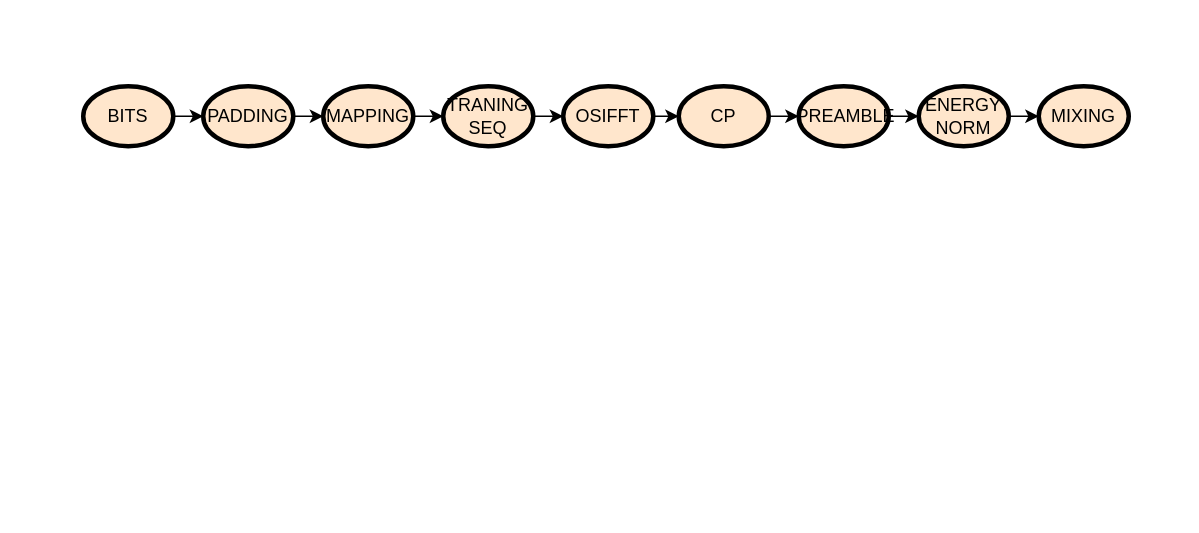
chaxaf/Less keeps this draw.io diagram as wireless.drawio. Above is the earlier version. Source tidied: cells renumbered, new cells numbered last; positions are measured from the earlier drawing's top-left corner, leaving out a move shared by most shapes. Both pictures are drawn from the tidied source at 150%, with x=0, y=0 at pixel (82, 86).
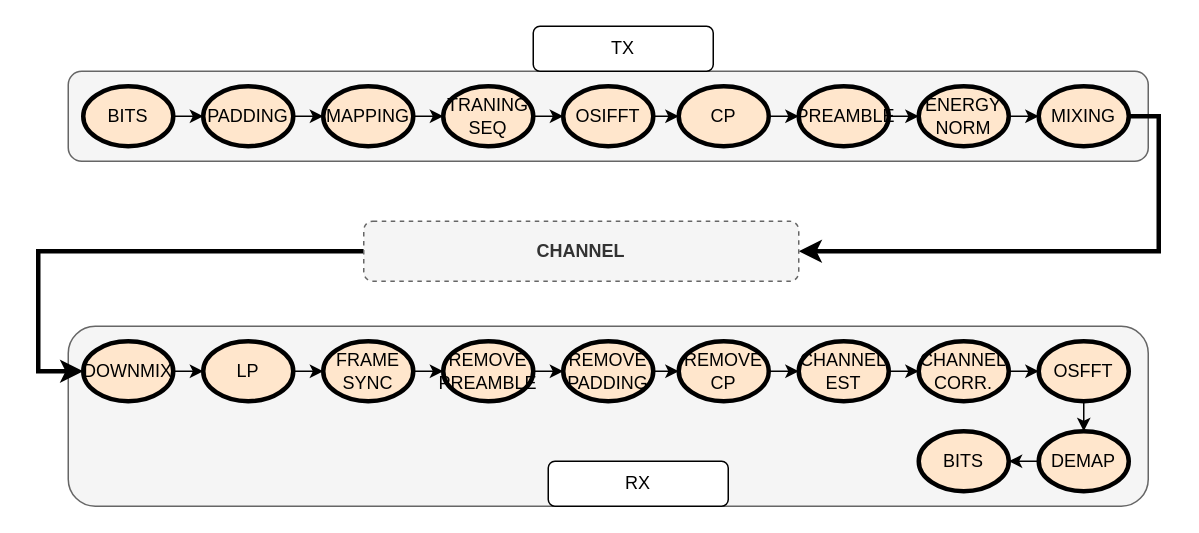
The same diagram, later.

Commit message (it also covers changes not shown here):
Mettre à jour wireless.drawio

Unchanged cells that the change refers to:
```xml
<mxCell id="18" value="MIXING" style="ellipse;whiteSpace=wrap;html=1;strokeWidth=3;fillColor=#ffe6cc;strokeColor=#000000;" parent="1" vertex="1">
  <mxGeometry x="637" width="60" height="40" as="geometry" />
</mxCell>
```

Change to the diagram source:
```diff
@@
+    <mxCell id="19" style="rounded=1;whiteSpace=wrap;html=1;fillColor=#f5f5f5;fontColor=#333333;strokeColor=#666666;" parent="1" vertex="1">
+      <mxGeometry x="-10" y="160" width="720" height="120" as="geometry" />
+    </mxCell>
+    <mxCell id="20" style="rounded=1;whiteSpace=wrap;html=1;fillColor=#f5f5f5;fontColor=#333333;strokeColor=#666666;" parent="1" vertex="1">
+      <mxGeometry x="-10" y="-10" width="720" height="60" as="geometry" />
+    </mxCell>
@@
+    <mxCell id="21" style="edgeStyle=orthogonalEdgeStyle;rounded=0;jettySize=auto;html=1;exitX=1;exitY=0.5;exitDx=0;exitDy=0;entryX=1;entryY=0.5;entryDx=0;entryDy=0;curved=0;strokeWidth=3;" parent="1" edge="1" source="18" target="23">
+      <mxGeometry relative="1" as="geometry" />
+    </mxCell>
@@
+    <mxCell id="22" style="edgeStyle=orthogonalEdgeStyle;rounded=0;jettySize=auto;html=1;exitX=0;exitY=0.5;exitDx=0;exitDy=0;entryX=0;entryY=0.5;entryDx=0;entryDy=0;strokeWidth=3;" parent="1" edge="1" source="23" target="25">
+      <mxGeometry relative="1" as="geometry">
+        <Array as="points">
+          <mxPoint x="-30" y="110" />
+          <mxPoint x="-30" y="190" />
+        </Array>
+      </mxGeometry>
+    </mxCell>
+    <mxCell id="23" value="&lt;b&gt;CHANNEL&lt;/b&gt;" style="rounded=1;whiteSpace=wrap;html=1;dashed=1;fillColor=#f5f5f5;strokeColor=#666666;fontColor=#333333;" parent="1" vertex="1">
+      <mxGeometry x="187" y="90" width="290" height="40" as="geometry" />
+    </mxCell>
+    <mxCell id="24" style="edgeStyle=orthogonalEdgeStyle;rounded=0;jettySize=auto;html=1;exitX=1;exitY=0.5;exitDx=0;exitDy=0;entryX=0;entryY=0.5;entryDx=0;entryDy=0;" parent="1" edge="1" source="25" target="27">
+      <mxGeometry relative="1" as="geometry" />
+    </mxCell>
+    <mxCell id="25" value="DOWNMIX" style="ellipse;whiteSpace=wrap;html=1;strokeWidth=3;fillColor=#ffe6cc;strokeColor=#000000;" parent="1" vertex="1">
+      <mxGeometry y="170" width="60" height="40" as="geometry" />
+    </mxCell>
+    <mxCell id="26" style="edgeStyle=orthogonalEdgeStyle;rounded=0;jettySize=auto;html=1;exitX=1;exitY=0.5;exitDx=0;exitDy=0;entryX=0;entryY=0.5;entryDx=0;entryDy=0;" parent="1" edge="1" source="27" target="29">
+      <mxGeometry relative="1" as="geometry" />
+    </mxCell>
+    <mxCell id="27" value="LP" style="ellipse;whiteSpace=wrap;html=1;strokeWidth=3;fillColor=#ffe6cc;strokeColor=#000000;" parent="1" vertex="1">
+      <mxGeometry x="80" y="170" width="60" height="40" as="geometry" />
+    </mxCell>
+    <mxCell id="28" style="edgeStyle=orthogonalEdgeStyle;rounded=0;jettySize=auto;html=1;exitX=1;exitY=0.5;exitDx=0;exitDy=0;entryX=0;entryY=0.5;entryDx=0;entryDy=0;strokeWidth=1;" parent="1" edge="1" source="29" target="31">
+      <mxGeometry relative="1" as="geometry" />
+    </mxCell>
+    <mxCell id="29" value="&lt;div&gt;FRAME&lt;/div&gt;&lt;div&gt;SYNC&lt;br&gt;&lt;/div&gt;" style="ellipse;whiteSpace=wrap;html=1;strokeWidth=3;fillColor=#ffe6cc;strokeColor=#000000;" parent="1" vertex="1">
+      <mxGeometry x="160" y="170" width="60" height="40" as="geometry" />
+    </mxCell>
+    <mxCell id="30" style="edgeStyle=orthogonalEdgeStyle;rounded=0;jettySize=auto;html=1;exitX=1;exitY=0.5;exitDx=0;exitDy=0;entryX=0;entryY=0.5;entryDx=0;entryDy=0;strokeWidth=1;" parent="1" edge="1" source="31" target="33">
+      <mxGeometry relative="1" as="geometry" />
+    </mxCell>
+    <mxCell id="31" value="REMOVE PREAMBLE" style="ellipse;whiteSpace=wrap;html=1;strokeWidth=3;fillColor=#ffe6cc;strokeColor=#000000;" parent="1" vertex="1">
+      <mxGeometry x="240" y="170" width="60" height="40" as="geometry" />
+    </mxCell>
+    <mxCell id="32" style="edgeStyle=orthogonalEdgeStyle;rounded=0;jettySize=auto;html=1;exitX=1;exitY=0.5;exitDx=0;exitDy=0;entryX=0;entryY=0.5;entryDx=0;entryDy=0;strokeWidth=1;" parent="1" edge="1" source="33" target="35">
+      <mxGeometry relative="1" as="geometry" />
+    </mxCell>
+    <mxCell id="33" value="REMOVE&lt;br&gt;PADDING" style="ellipse;whiteSpace=wrap;html=1;strokeWidth=3;fillColor=#ffe6cc;strokeColor=#000000;" parent="1" vertex="1">
+      <mxGeometry x="320" y="170" width="60" height="40" as="geometry" />
+    </mxCell>
+    <mxCell id="34" style="edgeStyle=orthogonalEdgeStyle;rounded=0;jettySize=auto;html=1;exitX=1;exitY=0.5;exitDx=0;exitDy=0;entryX=0;entryY=0.5;entryDx=0;entryDy=0;strokeWidth=1;" parent="1" edge="1" source="35" target="37">
+      <mxGeometry relative="1" as="geometry" />
+    </mxCell>
+    <mxCell id="35" value="REMOVE CP" style="ellipse;whiteSpace=wrap;html=1;strokeWidth=3;fillColor=#ffe6cc;strokeColor=#000000;" parent="1" vertex="1">
+      <mxGeometry x="397" y="170" width="60" height="40" as="geometry" />
+    </mxCell>
+    <mxCell id="36" style="edgeStyle=orthogonalEdgeStyle;rounded=0;jettySize=auto;html=1;exitX=1;exitY=0.5;exitDx=0;exitDy=0;entryX=0;entryY=0.5;entryDx=0;entryDy=0;strokeWidth=1;" parent="1" edge="1" source="37" target="39">
+      <mxGeometry relative="1" as="geometry" />
+    </mxCell>
+    <mxCell id="37" value="CHANNEL &lt;br&gt;EST" style="ellipse;whiteSpace=wrap;html=1;strokeWidth=3;fillColor=#ffe6cc;strokeColor=#000000;" parent="1" vertex="1">
+      <mxGeometry x="477" y="170" width="60" height="40" as="geometry" />
+    </mxCell>
+    <mxCell id="38" style="edgeStyle=orthogonalEdgeStyle;rounded=0;jettySize=auto;html=1;exitX=1;exitY=0.5;exitDx=0;exitDy=0;entryX=0;entryY=0.5;entryDx=0;entryDy=0;strokeWidth=1;" parent="1" edge="1" source="39" target="41">
+      <mxGeometry relative="1" as="geometry" />
+    </mxCell>
+    <mxCell id="39" value="CHANNEL CORR." style="ellipse;whiteSpace=wrap;html=1;strokeWidth=3;fillColor=#ffe6cc;strokeColor=#000000;" parent="1" vertex="1">
+      <mxGeometry x="557" y="170" width="60" height="40" as="geometry" />
+    </mxCell>
+    <mxCell id="40" style="edgeStyle=orthogonalEdgeStyle;rounded=0;jettySize=auto;html=1;exitX=0.5;exitY=1;exitDx=0;exitDy=0;entryX=0.5;entryY=0;entryDx=0;entryDy=0;" parent="1" edge="1" source="41" target="43">
+      <mxGeometry relative="1" as="geometry" />
+    </mxCell>
+    <mxCell id="41" value="&lt;div&gt;OSFFT&lt;br&gt;&lt;/div&gt;" style="ellipse;whiteSpace=wrap;html=1;strokeWidth=3;fillColor=#ffe6cc;strokeColor=#000000;" parent="1" vertex="1">
+      <mxGeometry x="637" y="170" width="60" height="40" as="geometry" />
+    </mxCell>
+    <mxCell id="42" style="edgeStyle=orthogonalEdgeStyle;rounded=0;jettySize=auto;html=1;exitX=0;exitY=0.5;exitDx=0;exitDy=0;entryX=1;entryY=0.5;entryDx=0;entryDy=0;" parent="1" edge="1" source="43" target="44">
+      <mxGeometry relative="1" as="geometry" />
+    </mxCell>
+    <mxCell id="43" value="DEMAP" style="ellipse;whiteSpace=wrap;html=1;strokeWidth=3;fillColor=#ffe6cc;strokeColor=#000000;" parent="1" vertex="1">
+      <mxGeometry x="637" y="230" width="60" height="40" as="geometry" />
+    </mxCell>
+    <mxCell id="44" value="BITS" style="ellipse;whiteSpace=wrap;html=1;strokeWidth=3;fillColor=#ffe6cc;strokeColor=#000000;" parent="1" vertex="1">
+      <mxGeometry x="557" y="230" width="60" height="40" as="geometry" />
+    </mxCell>
+    <mxCell id="45" value="TX" style="rounded=1;whiteSpace=wrap;html=1;" parent="1" vertex="1">
+      <mxGeometry x="300" y="-40" width="120" height="30" as="geometry" />
+    </mxCell>
+    <mxCell id="46" value="RX" style="rounded=1;whiteSpace=wrap;html=1;" parent="1" vertex="1">
+      <mxGeometry x="310" y="250" width="120" height="30" as="geometry" />
+    </mxCell>
```
